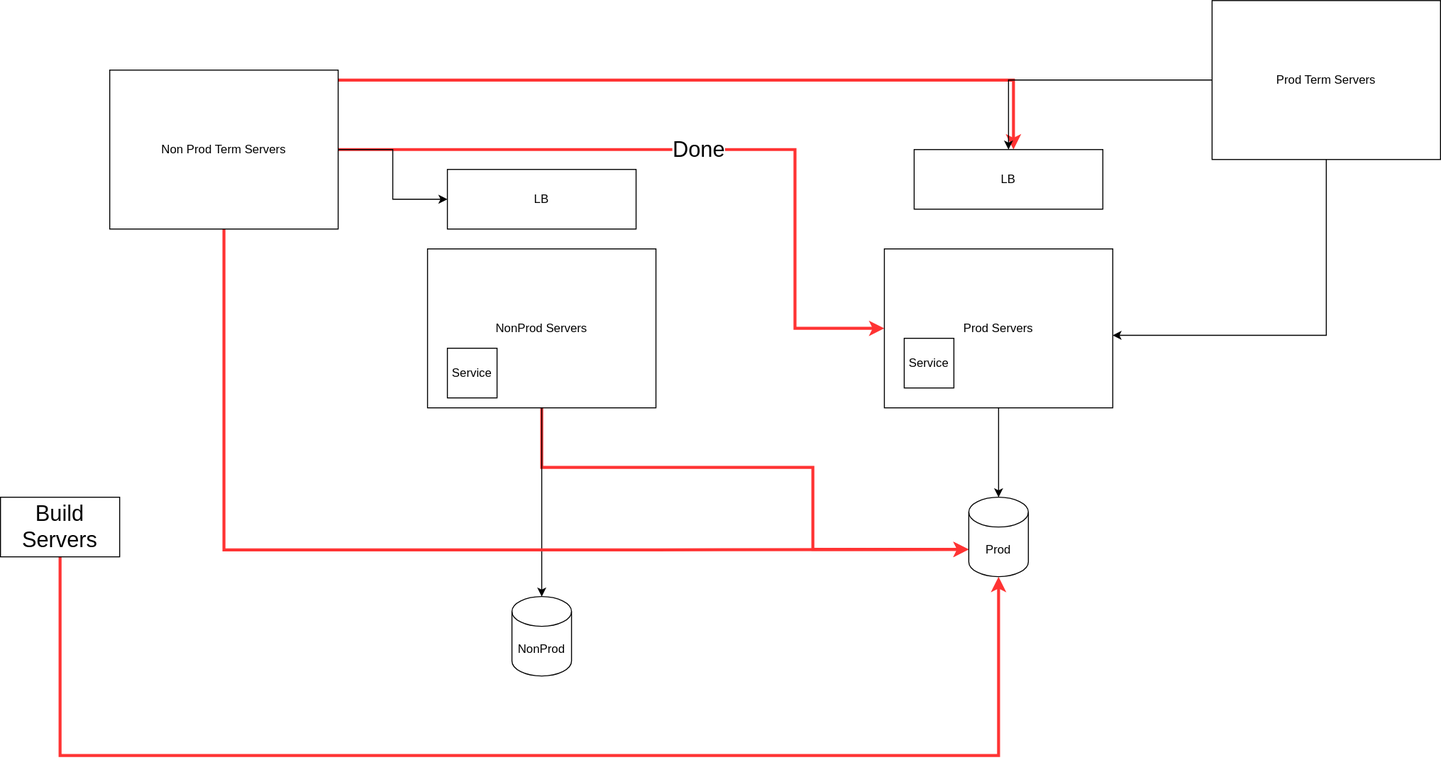
vjavle/invoicecloud keeps this draw.io diagram as MIandIsolation.svg. Above is the earlier version. Source tidied: cells renumbered, new cells last; positions are measured from the earlier drawing's top-left corner, leaving out a move shared by most shapes.
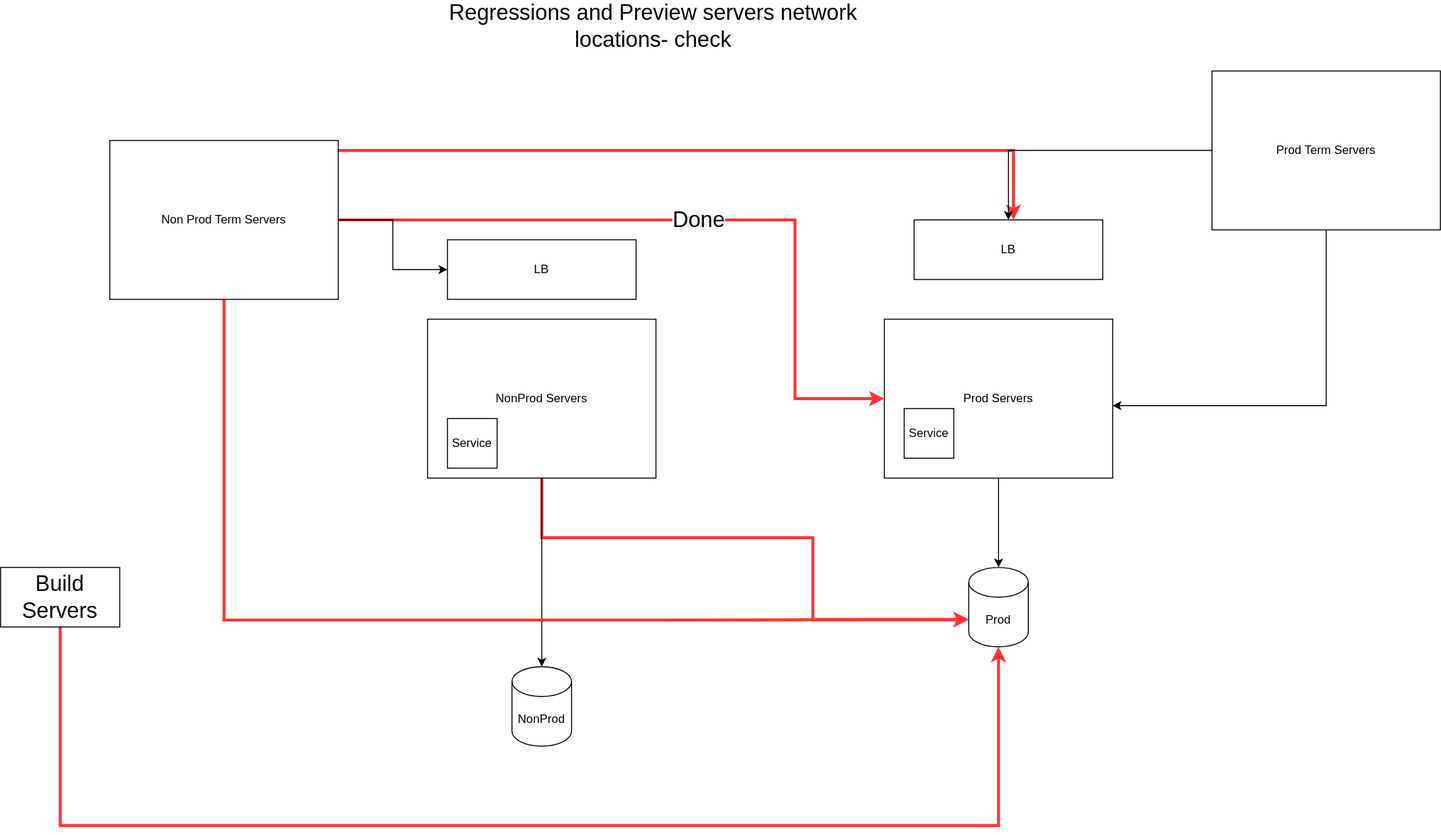
Later version of the same file.

What changed in the source:
```diff
@@ -98,5 +98,8 @@
     <mxCell id="23" value="Build Servers" style="rounded=0;whiteSpace=wrap;html=1;fontSize=22;" parent="1" vertex="1">
       <mxGeometry y="500" width="120" height="60" as="geometry" />
     </mxCell>
+    <mxCell id="24" value="Regressions and Preview servers network locations- check" style="text;html=1;strokeColor=none;fillColor=none;align=center;verticalAlign=middle;whiteSpace=wrap;rounded=0;fontSize=22;" parent="1" vertex="1">
+      <mxGeometry x="445" y="-60" width="425" height="30" as="geometry" />
+    </mxCell>
   </root>
 </mxGraphModel>
```
